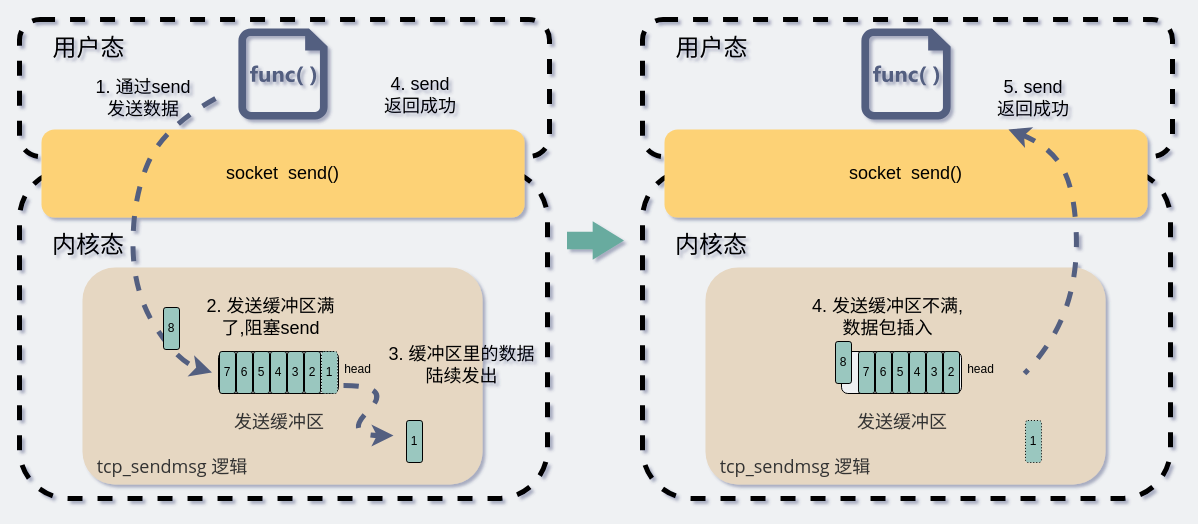
This is network/send非阻塞.drawio from xiaobaiTech/image, a draw.io file, before an edit. Source tidied: cells renumbered, new cells numbered last; positions are measured from the earlier drawing's top-left corner, leaving out a move shared by most shapes. Both pictures are drawn from the tidied source at 100%, with x=0, y=0 at pixel (19, 19).
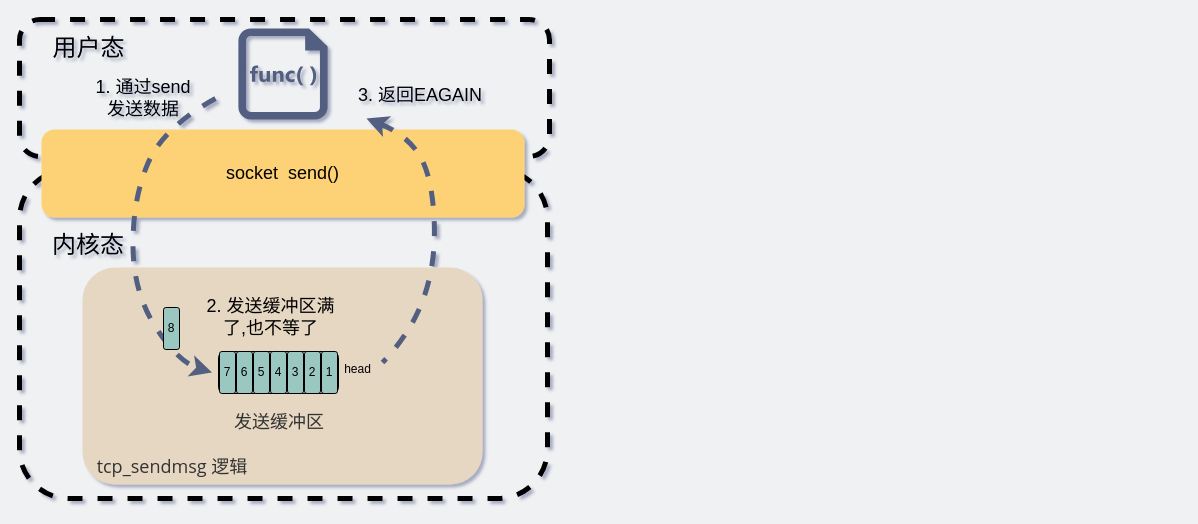
Above is the later version.

Commit message:
更新send非阻塞.drawio

The edit, as a diff of the source:
```diff
@@
-    <mxCell id="2" style="rounded=1;whiteSpace=wrap;html=1;dashed=1;strokeWidth=5;fillColor=none;" parent="1" vertex="1">
-      <mxGeometry x="623" width="530" height="137" as="geometry" />
-    </mxCell>
@@
-    <mxCell id="12" value="1" style="rounded=1;whiteSpace=wrap;html=1;fillColor=#9AC7BF;dashed=1;strokeWidth=1;dashPattern=1 2;" parent="1" vertex="1">
-      <mxGeometry x="302" y="332" width="16" height="42" as="geometry" />
-    </mxCell>
@@
-    <mxCell id="19" value="&lt;font style=&quot;font-size: 18px&quot;&gt;2. 发送缓冲区满了,阻塞send&lt;/font&gt;" style="text;html=1;strokeColor=none;fillColor=none;align=center;verticalAlign=middle;whiteSpace=wrap;rounded=0;" parent="1" vertex="1">
+    <mxCell id="19" value="&lt;font style=&quot;font-size: 18px&quot;&gt;2. 发送缓冲区满了,也不等了&lt;/font&gt;" style="text;html=1;strokeColor=none;fillColor=none;align=center;verticalAlign=middle;whiteSpace=wrap;rounded=0;" parent="1" vertex="1">
       <mxGeometry x="177" y="274" width="149" height="48" as="geometry" />
     </mxCell>
@@
-    <mxCell id="21" value="&lt;font style=&quot;font-size: 18px&quot;&gt;5. send&lt;br&gt;返回成功&lt;/font&gt;" style="text;html=1;strokeColor=none;fillColor=none;align=center;verticalAlign=middle;whiteSpace=wrap;rounded=0;" parent="1" vertex="1">
-      <mxGeometry x="942" y="55" width="144" height="48" as="geometry" />
-    </mxCell>
@@
-    <mxCell id="26" style="curved=1;endArrow=classic;html=1;rounded=0;strokeWidth=5;strokeColor=#535E80;dashed=1;" parent="1" edge="1">
-      <mxGeometry relative="1" as="geometry">
-        <mxPoint x="324" y="366" as="sourcePoint" />
-        <mxPoint x="374" y="416" as="targetPoint" />
-        <Array as="points">
-          <mxPoint x="374" y="366" />
-          <mxPoint x="324" y="416" />
-        </Array>
-      </mxGeometry>
-    </mxCell>
     <mxCell id="27" value="1" style="rounded=1;whiteSpace=wrap;html=1;fillColor=#9AC7BF;" parent="1" vertex="1">
-      <mxGeometry x="387" y="401" width="16" height="42" as="geometry" />
+      <mxGeometry x="302" y="332" width="16" height="42" as="geometry" />
     </mxCell>
-    <mxCell id="28" value="&lt;font style=&quot;font-size: 18px&quot;&gt;3. 缓冲区里的数据陆续发出&lt;/font&gt;" style="text;html=1;strokeColor=none;fillColor=none;align=center;verticalAlign=middle;whiteSpace=wrap;rounded=0;" parent="1" vertex="1">
-      <mxGeometry x="368" y="322" width="149" height="48" as="geometry" />
-    </mxCell>
-    <mxCell id="29" style="rounded=1;whiteSpace=wrap;html=1;dashed=1;strokeWidth=5;fillColor=none;" parent="1" vertex="1">
-      <mxGeometry x="623" y="150" width="528" height="329" as="geometry" />
-    </mxCell>
-    <mxCell id="30" style="rounded=1;whiteSpace=wrap;html=1;strokeColor=none;fontSize=18;labelBackgroundColor=none;fillColor=#E6D7C2;" parent="1" vertex="1">
-      <mxGeometry x="686" y="248" width="400" height="217" as="geometry" />
-    </mxCell>
-    <mxCell id="31" style="rounded=1;whiteSpace=wrap;html=1;fillColor=#EFF1F3;" parent="1" vertex="1">
-      <mxGeometry x="822" y="332" width="120" height="42" as="geometry" />
-    </mxCell>
-    <mxCell id="32" value="&lt;font style=&quot;font-size: 18px&quot;&gt;socket&amp;nbsp; send()&lt;/font&gt;" style="rounded=1;whiteSpace=wrap;html=1;strokeColor=none;labelBackgroundColor=none;fillColor=#FDD276;" parent="1" vertex="1">
-      <mxGeometry x="645" y="110" width="483" height="88" as="geometry" />
-    </mxCell>
-    <mxCell id="33" value="&lt;font style=&quot;font-size: 24px&quot;&gt;用户态&lt;/font&gt;" style="text;html=1;strokeColor=none;fillColor=none;align=center;verticalAlign=middle;whiteSpace=wrap;rounded=0;dashed=1;" parent="1" vertex="1">
-      <mxGeometry x="626" y="19" width="132.5" height="20" as="geometry" />
-    </mxCell>
-    <mxCell id="34" value="&lt;font style=&quot;font-size: 24px&quot;&gt;内核态&lt;/font&gt;" style="text;html=1;strokeColor=none;align=center;verticalAlign=middle;whiteSpace=wrap;rounded=0;dashed=1;labelBackgroundColor=none;" parent="1" vertex="1">
-      <mxGeometry x="641.2" y="216" width="102" height="20" as="geometry" />
-    </mxCell>
-    <mxCell id="35" style="shadow=0;dashed=0;html=1;strokeColor=none;labelPosition=center;verticalLabelPosition=bottom;verticalAlign=top;align=center;shape=mxgraph.mscae.enterprise.code_file;fillColor=#535E80;" parent="1" vertex="1">
-      <mxGeometry x="841.9" y="9" width="89.2" height="91" as="geometry" />
-    </mxCell>
-    <mxCell id="36" value="&lt;font color=&quot;#333333&quot; face=&quot;open sans, clear sans, helvetica neue, helvetica, arial, sans-serif&quot;&gt;&lt;span style=&quot;font-size: 18px&quot;&gt;tcp_sendmsg 逻辑&lt;/span&gt;&lt;/font&gt;" style="text;html=1;strokeColor=none;fillColor=none;align=center;verticalAlign=middle;whiteSpace=wrap;rounded=0;" parent="1" vertex="1">
-      <mxGeometry x="698" y="423" width="156" height="48" as="geometry" />
-    </mxCell>
-    <mxCell id="37" value="1" style="rounded=1;whiteSpace=wrap;html=1;fillColor=#9AC7BF;dashed=1;strokeWidth=1;dashPattern=1 2;" parent="1" vertex="1">
-      <mxGeometry x="1006" y="401" width="16" height="42" as="geometry" />
-    </mxCell>
-    <mxCell id="38" value="&lt;font color=&quot;#333333&quot; face=&quot;open sans, clear sans, helvetica neue, helvetica, arial, sans-serif&quot;&gt;&lt;span style=&quot;font-size: 18px&quot;&gt;发送缓冲区&lt;/span&gt;&lt;/font&gt;" style="text;html=1;strokeColor=none;fillColor=none;align=center;verticalAlign=middle;whiteSpace=wrap;rounded=0;" parent="1" vertex="1">
-      <mxGeometry x="828" y="380" width="110" height="43" as="geometry" />
-    </mxCell>
-    <mxCell id="39" value="2" style="rounded=1;whiteSpace=wrap;html=1;fillColor=#9AC7BF;" parent="1" vertex="1">
-      <mxGeometry x="924" y="332" width="16" height="42" as="geometry" />
-    </mxCell>
-    <mxCell id="40" value="3" style="rounded=1;whiteSpace=wrap;html=1;fillColor=#9AC7BF;" parent="1" vertex="1">
-      <mxGeometry x="907" y="332" width="16" height="42" as="geometry" />
-    </mxCell>
-    <mxCell id="41" value="4" style="rounded=1;whiteSpace=wrap;html=1;fillColor=#9AC7BF;" parent="1" vertex="1">
-      <mxGeometry x="890" y="332" width="16" height="42" as="geometry" />
-    </mxCell>
-    <mxCell id="42" value="&lt;font style=&quot;font-size: 18px&quot;&gt;4. 发送缓冲区不满,数据包插入&lt;/font&gt;" style="text;html=1;strokeColor=none;fillColor=none;align=center;verticalAlign=middle;whiteSpace=wrap;rounded=0;" parent="1" vertex="1">
-      <mxGeometry x="788" y="274" width="161" height="48" as="geometry" />
-    </mxCell>
-    <mxCell id="43" value="head" style="text;html=1;strokeColor=none;fillColor=none;align=center;verticalAlign=middle;whiteSpace=wrap;rounded=0;" parent="1" vertex="1">
-      <mxGeometry x="944" y="340" width="35" height="20" as="geometry" />
-    </mxCell>
-    <mxCell id="44" value="8" style="rounded=1;whiteSpace=wrap;html=1;fillColor=#9AC7BF;" parent="1" vertex="1">
-      <mxGeometry x="816" y="322" width="16" height="42" as="geometry" />
-    </mxCell>
-    <mxCell id="45" value="5" style="rounded=1;whiteSpace=wrap;html=1;fillColor=#9AC7BF;" parent="1" vertex="1">
-      <mxGeometry x="873" y="332" width="16" height="42" as="geometry" />
-    </mxCell>
-    <mxCell id="46" value="6" style="rounded=1;whiteSpace=wrap;html=1;fillColor=#9AC7BF;" parent="1" vertex="1">
-      <mxGeometry x="856" y="332" width="16" height="42" as="geometry" />
-    </mxCell>
-    <mxCell id="47" value="7" style="rounded=1;whiteSpace=wrap;html=1;fillColor=#9AC7BF;" parent="1" vertex="1">
-      <mxGeometry x="839" y="332" width="16" height="42" as="geometry" />
-    </mxCell>
-    <mxCell id="48" style="shape=flexArrow;endArrow=classic;html=1;rounded=0;strokeColor=none;fillColor=#67AB9F;width=17.297297297297295;endSize=10.108108108108107;" parent="1" edge="1">
-      <mxGeometry relative="1" as="geometry">
-        <mxPoint x="547" y="221" as="sourcePoint" />
-        <mxPoint x="605" y="221" as="targetPoint" />
-      </mxGeometry>
-    </mxCell>
-    <mxCell id="49" value="&lt;font style=&quot;font-size: 18px&quot;&gt;4. send&lt;br&gt;返回成功&lt;/font&gt;" style="text;html=1;strokeColor=none;fillColor=none;align=center;verticalAlign=middle;whiteSpace=wrap;rounded=0;" parent="1" vertex="1">
+    <mxCell id="49" value="&lt;font style=&quot;font-size: 18px&quot;&gt;3. 返回EAGAIN&lt;/font&gt;" style="text;html=1;strokeColor=none;fillColor=none;align=center;verticalAlign=middle;whiteSpace=wrap;rounded=0;" parent="1" vertex="1">
       <mxGeometry x="329" y="52" width="144" height="48" as="geometry" />
     </mxCell>
     <mxCell id="50" style="curved=1;endArrow=none;html=1;strokeColor=#535E80;strokeWidth=5;dashed=1;startArrow=classic;startFill=1;endFill=0;" parent="1" edge="1">
       <mxGeometry relative="1" as="geometry">
-        <mxPoint x="989" y="110" as="sourcePoint" />
-        <mxPoint x="1005" y="354" as="targetPoint" />
+        <mxPoint x="347" y="99" as="sourcePoint" />
+        <mxPoint x="363" y="343" as="targetPoint" />
         <Array as="points">
-          <mxPoint x="1027" y="125" />
-          <mxPoint x="1054" y="164" />
-          <mxPoint x="1059" y="253" />
-          <mxPoint x="1034" y="324" />
+          <mxPoint x="385" y="114" />
+          <mxPoint x="412" y="153" />
+          <mxPoint x="417" y="242" />
+          <mxPoint x="392" y="313" />
         </Array>
       </mxGeometry>
     </mxCell>
```
